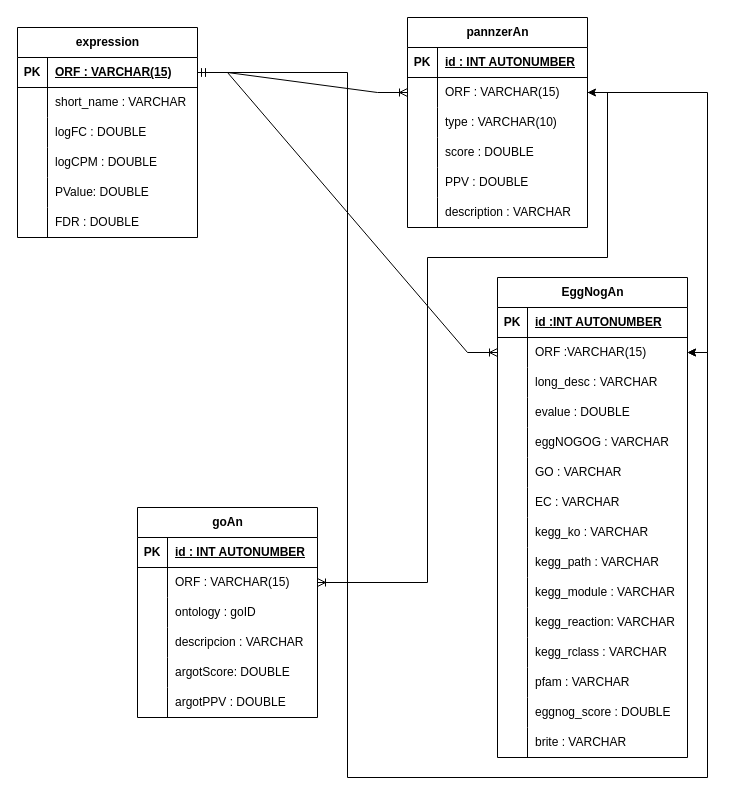
Above: transcriptDB.drawio in cpatarroyo/transcriptDB (draw.io), before the change. Source tidied: cells renumbered, new cells numbered last; positions are measured from the earlier drawing's top-left corner, leaving out a move shared by most shapes. Both pictures are drawn from the tidied source at 100%, with x=0, y=0 at pixel (17, 17).
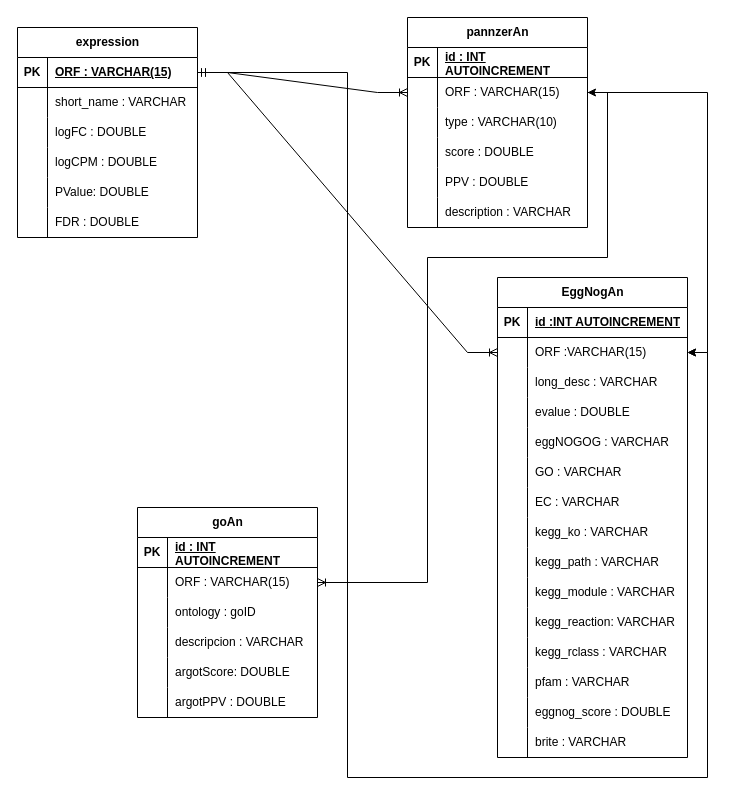
After the change.

Unchanged cells that the change refers to:
```xml
<mxCell id="4" style="shape=tableRow;horizontal=0;startSize=0;swimlaneHead=0;swimlaneBody=0;fillColor=none;top=0;left=0;right=0;bottom=1;" parent="3" vertex="1">
  <mxGeometry y="30" width="190" height="30" as="geometry" />
</mxCell>
<mxCell id="69" style="shape=tableRow;horizontal=0;startSize=0;swimlaneHead=0;swimlaneBody=0;fillColor=none;top=0;left=0;right=0;bottom=1;" parent="68" vertex="1">
  <mxGeometry y="30" width="180" height="30" as="geometry" />
</mxCell>
<mxCell id="88" style="shape=tableRow;horizontal=0;startSize=0;swimlaneHead=0;swimlaneBody=0;fillColor=none;top=0;left=0;right=0;bottom=1;" parent="87" vertex="1">
  <mxGeometry y="30" width="180" height="30" as="geometry" />
</mxCell>
```

The edit, as a diff of the source:
```diff
@@
-    <mxCell id="6" value="id :INT AUTONUMBER" style="shape=partialRectangle;fillColor=none;top=0;left=0;bottom=0;right=0;align=left;spacingLeft=6;fontStyle=5;overflow=hidden;whiteSpace=wrap;html=1;" parent="4" vertex="1">
+    <mxCell id="6" value="id :INT AUTOINCREMENT" style="shape=partialRectangle;fillColor=none;top=0;left=0;bottom=0;right=0;align=left;spacingLeft=6;fontStyle=5;overflow=hidden;whiteSpace=wrap;html=1;" parent="4" vertex="1">
       <mxGeometry x="30" width="160" height="30" as="geometry" />
     </mxCell>
@@
-    <mxCell id="71" value="id : INT AUTONUMBER" style="shape=partialRectangle;fillColor=none;top=0;left=0;bottom=0;right=0;align=left;spacingLeft=6;fontStyle=5;overflow=hidden;whiteSpace=wrap;html=1;" parent="69" vertex="1">
+    <mxCell id="71" value="id : INT AUTOINCREMENT" style="shape=partialRectangle;fillColor=none;top=0;left=0;bottom=0;right=0;align=left;spacingLeft=6;fontStyle=5;overflow=hidden;whiteSpace=wrap;html=1;" parent="69" vertex="1">
       <mxGeometry x="30" width="150" height="30" as="geometry" />
     </mxCell>
@@
-    <mxCell id="90" value="id : INT AUTONUMBER" style="shape=partialRectangle;fillColor=none;top=0;left=0;bottom=0;right=0;align=left;spacingLeft=6;fontStyle=5;overflow=hidden;whiteSpace=wrap;html=1;" parent="88" vertex="1">
+    <mxCell id="90" value="id : INT AUTOINCREMENT" style="shape=partialRectangle;fillColor=none;top=0;left=0;bottom=0;right=0;align=left;spacingLeft=6;fontStyle=5;overflow=hidden;whiteSpace=wrap;html=1;" parent="88" vertex="1">
       <mxGeometry x="30" width="150" height="30" as="geometry" />
     </mxCell>
```
